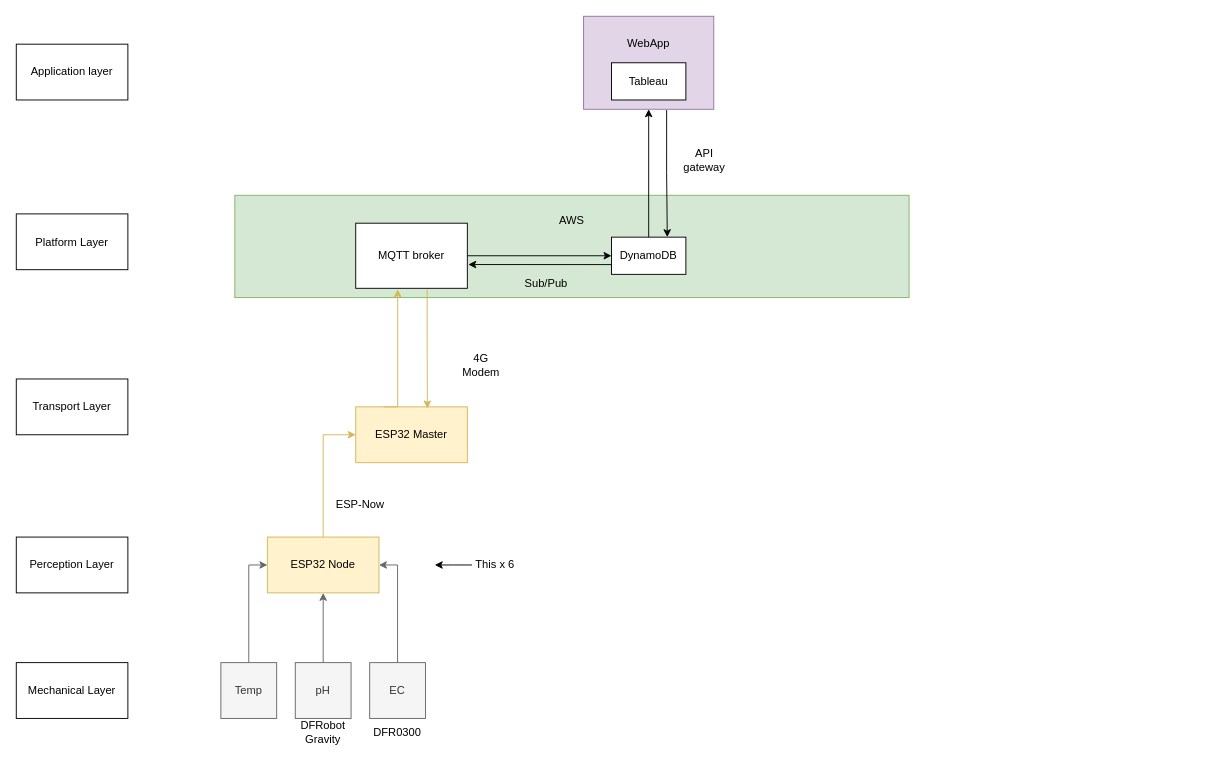
Before: page "System" (1 of 2) of Diagrams/Ref design/RAC.drawio in eg4301/Agritech, a draw.io diagram. Source tidied: cells renumbered, new cells numbered last; positions are measured from the earlier drawing's top-left corner, leaving out a move shared by most shapes. Both pictures are drawn from the tidied source at 93%, with x=0, y=0 at pixel (16, 16).
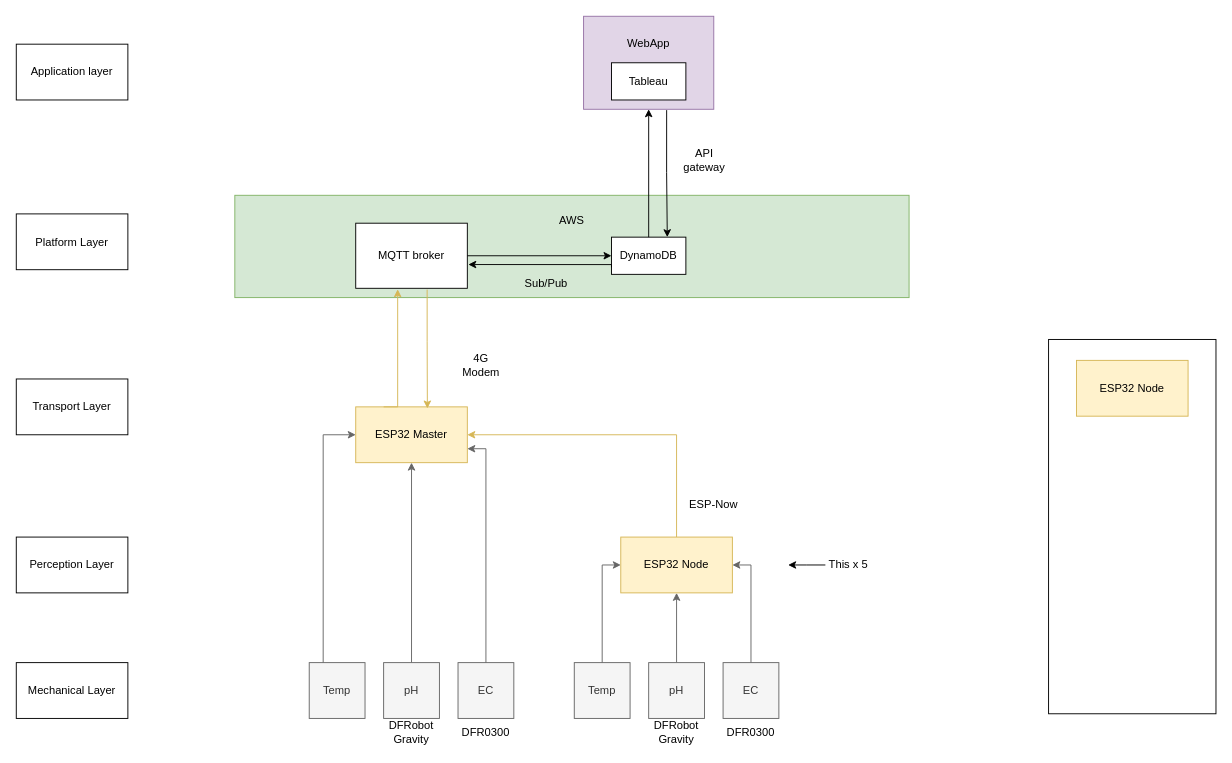
The same page after the edit.

The change refers to these unchanged cells:
```xml
<mxCell id="11" value="ESP32 Master" style="rounded=0;whiteSpace=wrap;html=1;fillColor=#fff2cc;strokeColor=#d6b656;" parent="1" vertex="1">
  <mxGeometry x="365" y="420" width="120" height="60" as="geometry" />
</mxCell>
```

Diff of the diagram source:
```diff
@@
+    <mxCell id="35" style="rounded=0;whiteSpace=wrap;html=1;" parent="1" vertex="1">
+      <mxGeometry x="1110" y="347.5" width="180" height="402.5" as="geometry" />
+    </mxCell>
@@
     <mxCell id="8" value="pH" style="rounded=0;whiteSpace=wrap;html=1;fillColor=#f5f5f5;fontColor=#333333;strokeColor=#666666;" parent="1" vertex="1">
-      <mxGeometry x="300" y="695" width="60" height="60" as="geometry" />
+      <mxGeometry x="680" y="695" width="60" height="60" as="geometry" />
     </mxCell>
-    <mxCell id="9" style="edgeStyle=orthogonalEdgeStyle;rounded=0;jettySize=auto;html=1;entryX=0;entryY=0.5;entryDx=0;entryDy=0;fillColor=#fff2cc;strokeColor=#d6b656;" parent="1" edge="1" source="10" target="11">
+    <mxCell id="9" style="edgeStyle=orthogonalEdgeStyle;rounded=0;jettySize=auto;html=1;entryX=1;entryY=0.5;entryDx=0;entryDy=0;fillColor=#fff2cc;strokeColor=#d6b656;exitX=0.5;exitY=0;exitDx=0;exitDy=0;" parent="1" edge="1" source="10" target="11">
       <mxGeometry relative="1" as="geometry" />
     </mxCell>
     <mxCell id="10" value="ESP32 Node" style="rounded=0;whiteSpace=wrap;html=1;fillColor=#fff2cc;strokeColor=#d6b656;" parent="1" vertex="1">
-      <mxGeometry x="270" y="560" width="120" height="60" as="geometry" />
+      <mxGeometry x="650" y="560" width="120" height="60" as="geometry" />
     </mxCell>
@@
     <mxCell id="12" value="ESP-Now" style="text;html=1;strokeColor=none;fillColor=none;align=center;verticalAlign=middle;whiteSpace=wrap;rounded=0;" parent="1" vertex="1">
-      <mxGeometry x="340" y="510" width="60" height="30" as="geometry" />
+      <mxGeometry x="720" y="510" width="60" height="30" as="geometry" />
     </mxCell>
@@
     <mxCell id="26" value="EC" style="rounded=0;whiteSpace=wrap;html=1;fillColor=#f5f5f5;fontColor=#333333;strokeColor=#666666;" parent="1" vertex="1">
-      <mxGeometry x="380" y="695" width="60" height="60" as="geometry" />
+      <mxGeometry x="760" y="695" width="60" height="60" as="geometry" />
     </mxCell>
     <mxCell id="27" value="Temp" style="rounded=0;whiteSpace=wrap;html=1;fillColor=#f5f5f5;fontColor=#333333;strokeColor=#666666;" parent="1" vertex="1">
-      <mxGeometry x="220" y="695" width="60" height="60" as="geometry" />
+      <mxGeometry x="600" y="695" width="60" height="60" as="geometry" />
     </mxCell>
@@
     <mxCell id="29" style="edgeStyle=orthogonalEdgeStyle;rounded=0;jettySize=auto;html=1;fillColor=#f5f5f5;strokeColor=#666666;entryX=1;entryY=0.5;entryDx=0;entryDy=0;exitX=0.5;exitY=0;exitDx=0;exitDy=0;" parent="1" edge="1" source="26" target="10">
       <mxGeometry relative="1" as="geometry">
         <Array as="points">
-          <mxPoint x="410" y="590" />
+          <mxPoint x="790" y="590" />
         </Array>
       </mxGeometry>
     </mxCell>
     <mxCell id="30" value="DFRobot&lt;br&gt;Gravity" style="text;html=1;strokeColor=none;fillColor=none;align=center;verticalAlign=middle;whiteSpace=wrap;rounded=0;" parent="1" vertex="1">
-      <mxGeometry x="300" y="755" width="60" height="30" as="geometry" />
+      <mxGeometry x="680" y="755" width="60" height="30" as="geometry" />
     </mxCell>
     <mxCell id="31" value="DFR0300" style="text;html=1;strokeColor=none;fillColor=none;align=center;verticalAlign=middle;whiteSpace=wrap;rounded=0;" parent="1" vertex="1">
-      <mxGeometry x="380" y="755" width="60" height="30" as="geometry" />
+      <mxGeometry x="760" y="755" width="60" height="30" as="geometry" />
     </mxCell>
     <mxCell id="32" style="edgeStyle=orthogonalEdgeStyle;rounded=0;jettySize=auto;html=1;" parent="1" edge="1" source="33">
       <mxGeometry relative="1" as="geometry">
-        <mxPoint x="450" y="590" as="targetPoint" />
+        <mxPoint x="830" y="590" as="targetPoint" />
       </mxGeometry>
     </mxCell>
-    <mxCell id="33" value="This x 6" style="text;html=1;strokeColor=none;fillColor=none;align=center;verticalAlign=middle;whiteSpace=wrap;rounded=0;" parent="1" vertex="1">
-      <mxGeometry x="490" y="545" width="50" height="90" as="geometry" />
+    <mxCell id="33" value="This x 5" style="text;html=1;strokeColor=none;fillColor=none;align=center;verticalAlign=middle;whiteSpace=wrap;rounded=0;" parent="1" vertex="1">
+      <mxGeometry x="870" y="545" width="50" height="90" as="geometry" />
     </mxCell>
@@
+    <mxCell id="36" style="edgeStyle=orthogonalEdgeStyle;rounded=0;jettySize=auto;html=1;fillColor=#f5f5f5;strokeColor=#666666;entryX=0.5;entryY=1;entryDx=0;entryDy=0;" parent="1" edge="1" source="37" target="11">
+      <mxGeometry relative="1" as="geometry" />
+    </mxCell>
+    <mxCell id="37" value="pH" style="rounded=0;whiteSpace=wrap;html=1;fillColor=#f5f5f5;fontColor=#333333;strokeColor=#666666;" parent="1" vertex="1">
+      <mxGeometry x="395" y="695" width="60" height="60" as="geometry" />
+    </mxCell>
+    <mxCell id="38" value="EC" style="rounded=0;whiteSpace=wrap;html=1;fillColor=#f5f5f5;fontColor=#333333;strokeColor=#666666;" parent="1" vertex="1">
+      <mxGeometry x="475" y="695" width="60" height="60" as="geometry" />
+    </mxCell>
+    <mxCell id="39" value="Temp" style="rounded=0;whiteSpace=wrap;html=1;fillColor=#f5f5f5;fontColor=#333333;strokeColor=#666666;" parent="1" vertex="1">
+      <mxGeometry x="315" y="695" width="60" height="60" as="geometry" />
+    </mxCell>
+    <mxCell id="40" style="edgeStyle=orthogonalEdgeStyle;rounded=0;jettySize=auto;html=1;fillColor=#f5f5f5;strokeColor=#666666;entryX=0;entryY=0.5;entryDx=0;entryDy=0;" parent="1" edge="1" source="39" target="11">
+      <mxGeometry relative="1" as="geometry">
+        <Array as="points">
+          <mxPoint x="330" y="450" />
+        </Array>
+      </mxGeometry>
+    </mxCell>
+    <mxCell id="41" style="edgeStyle=orthogonalEdgeStyle;rounded=0;jettySize=auto;html=1;fillColor=#f5f5f5;strokeColor=#666666;entryX=1;entryY=0.75;entryDx=0;entryDy=0;exitX=0.5;exitY=0;exitDx=0;exitDy=0;" parent="1" edge="1" source="38" target="11">
+      <mxGeometry relative="1" as="geometry">
+        <Array as="points">
+          <mxPoint x="505" y="465" />
+        </Array>
+      </mxGeometry>
+    </mxCell>
+    <mxCell id="42" value="DFRobot&lt;br&gt;Gravity" style="text;html=1;strokeColor=none;fillColor=none;align=center;verticalAlign=middle;whiteSpace=wrap;rounded=0;" parent="1" vertex="1">
+      <mxGeometry x="395" y="755" width="60" height="30" as="geometry" />
+    </mxCell>
+    <mxCell id="43" value="DFR0300" style="text;html=1;strokeColor=none;fillColor=none;align=center;verticalAlign=middle;whiteSpace=wrap;rounded=0;" parent="1" vertex="1">
+      <mxGeometry x="475" y="755" width="60" height="30" as="geometry" />
+    </mxCell>
+    <mxCell id="44" value="ESP32 Node" style="rounded=0;whiteSpace=wrap;html=1;fillColor=#fff2cc;strokeColor=#d6b656;" parent="1" vertex="1">
+      <mxGeometry x="1140" y="370" width="120" height="60" as="geometry" />
+    </mxCell>
```
